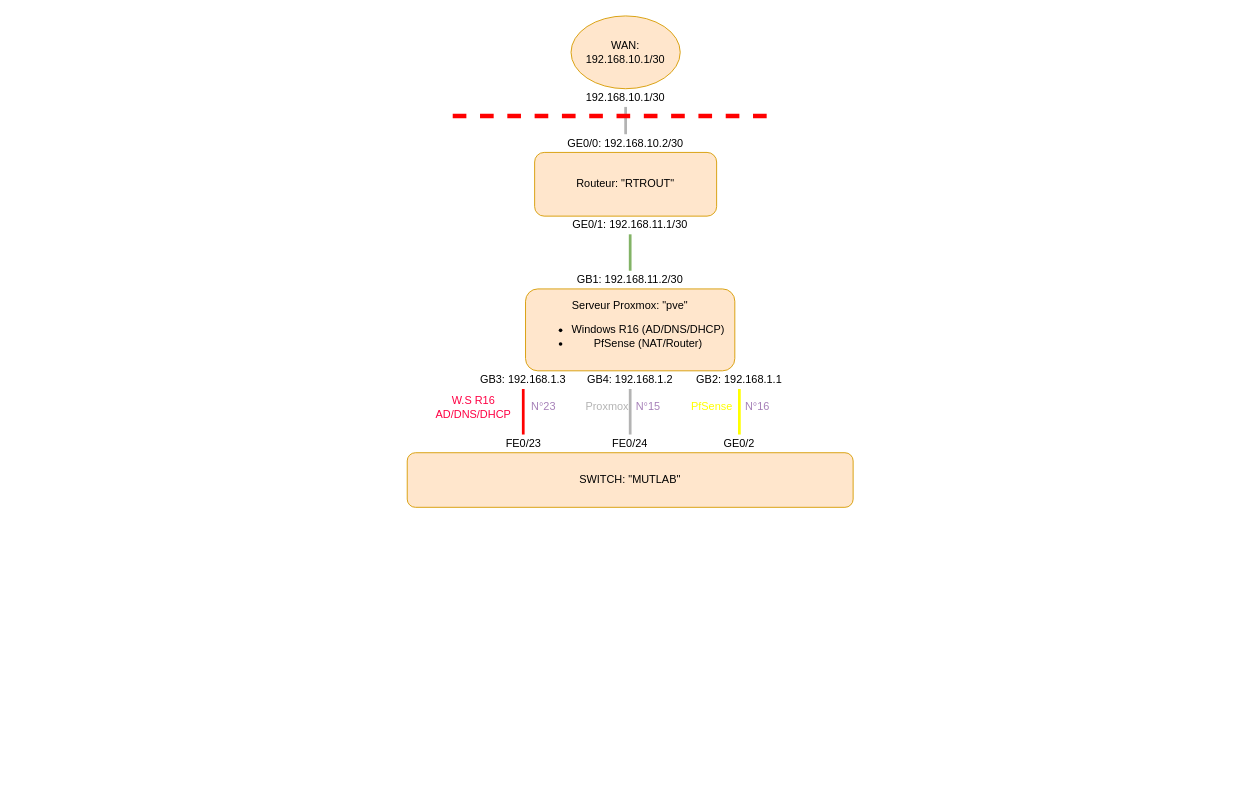
Earlier version of the draw.io diagram GSB_TopologiePhysique.drawio (Hugo-prod/GSB_Topology). Source tidied: cells renumbered, new cells numbered last; positions are measured from the earlier drawing's top-left corner, leaving out a move shared by most shapes. Both pictures are drawn from the tidied source at 91%, with x=0, y=0 at pixel (407, 15).
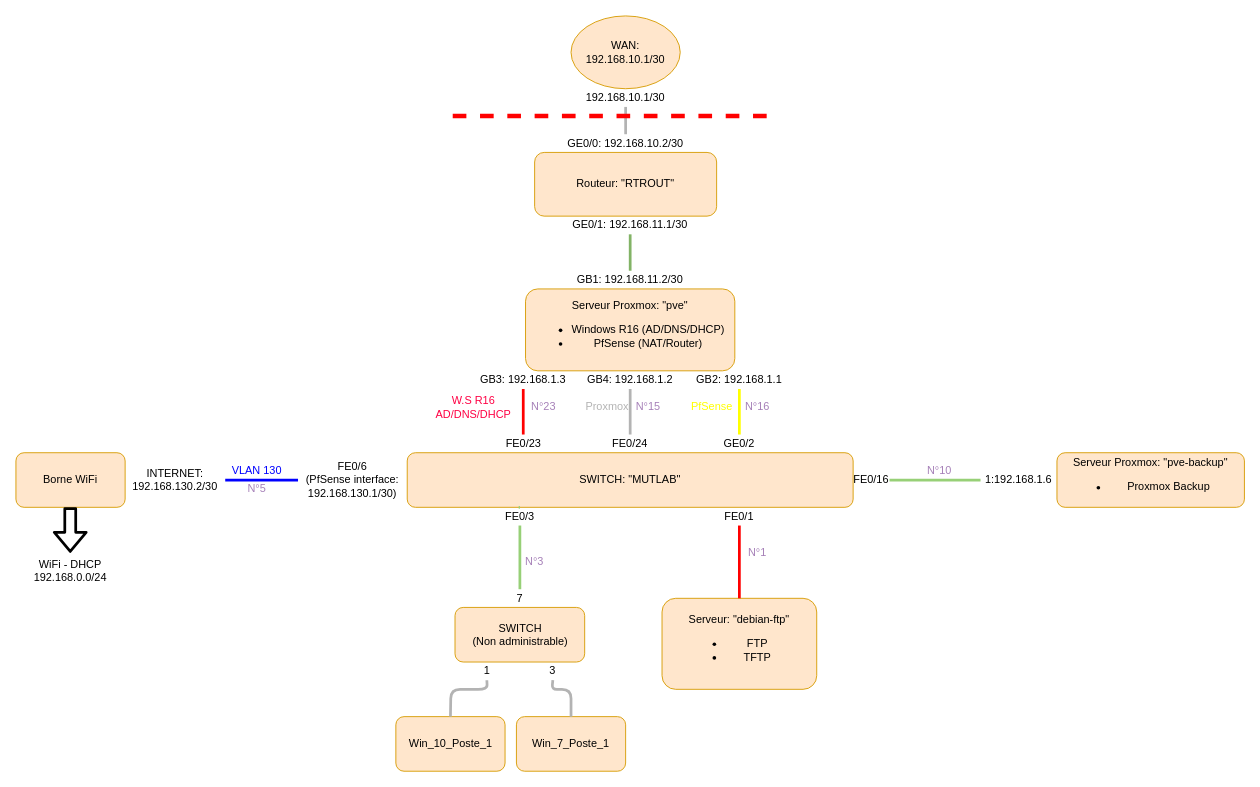
Above is the later version.

The change refers to these unchanged cells:
```xml
<mxCell id="16" value="SWITCH: &quot;MUTLAB&quot;" style="rounded=1;whiteSpace=wrap;html=1;fillColor=#ffe6cc;strokeColor=#d79b00;" parent="1" vertex="1">
  <mxGeometry y="480" width="490" height="60" as="geometry" />
</mxCell>
```

The edit, as a diff of the source:
```diff
@@
+    <mxCell id="33" value="Borne WiFi" style="rounded=1;whiteSpace=wrap;html=1;labelBackgroundColor=none;strokeColor=#d79b00;fillColor=#ffe6cc;" parent="1" vertex="1">
+      <mxGeometry x="-430" y="480" width="120" height="60" as="geometry" />
+    </mxCell>
+    <mxCell id="34" style="endArrow=none;html=1;strokeWidth=3;fontColor=#FFFF00;exitX=1;exitY=0.5;exitDx=0;exitDy=0;entryX=0;entryY=0.5;entryDx=0;entryDy=0;strokeColor=#0000FF;" parent="1" edge="1" source="35" target="16">
+      <mxGeometry relative="1" as="geometry" />
+    </mxCell>
+    <mxCell id="35" value="&lt;div&gt;FE0/6&lt;/div&gt;&lt;div&gt;(PfSense interface: 192.168.130.1/30)&lt;br&gt;&lt;/div&gt;" style="text;html=1;strokeColor=none;fillColor=none;align=center;verticalAlign=middle;whiteSpace=wrap;rounded=0;labelBackgroundColor=none;" parent="1" vertex="1">
+      <mxGeometry x="-120" y="500" width="120" height="20" as="geometry" />
+    </mxCell>
+    <mxCell id="36" style="endArrow=none;html=1;strokeWidth=3;fontColor=#FFFF00;exitX=1;exitY=0.5;exitDx=0;exitDy=0;entryX=0;entryY=0.5;entryDx=0;entryDy=0;strokeColor=#0000FF;" parent="1" edge="1" source="37" target="35">
+      <mxGeometry relative="1" as="geometry" />
+    </mxCell>
+    <mxCell id="37" value="INTERNET: 192.168.130.2/30" style="text;html=1;strokeColor=none;fillColor=none;align=center;verticalAlign=middle;whiteSpace=wrap;rounded=0;labelBackgroundColor=none;fontColor=#000000;" parent="1" vertex="1">
+      <mxGeometry x="-310" y="500" width="110" height="20" as="geometry" />
+    </mxCell>
+    <mxCell id="38" style="endArrow=none;html=1;strokeWidth=3;fontColor=#FFFF00;exitX=1;exitY=0.5;exitDx=0;exitDy=0;entryX=0;entryY=0.5;entryDx=0;entryDy=0;strokeColor=#0000FF;" parent="1" edge="1" source="33" target="37">
+      <mxGeometry relative="1" as="geometry" />
+    </mxCell>
+    <mxCell id="39" value="VLAN 130" style="text;html=1;strokeColor=none;fillColor=none;align=center;verticalAlign=middle;whiteSpace=wrap;rounded=0;labelBackgroundColor=none;fontColor=#0000FF;" parent="1" vertex="1">
+      <mxGeometry x="-200" y="490" width="70" height="20" as="geometry" />
+    </mxCell>
+    <mxCell id="40" style="shape=flexArrow;endArrow=classic;html=1;strokeWidth=3;fontColor=#00000A;" parent="1" edge="1">
+      <mxGeometry relative="1" as="geometry">
+        <mxPoint x="-370.3" y="540" as="sourcePoint" />
+        <mxPoint x="-370.3" y="590" as="targetPoint" />
+      </mxGeometry>
+    </mxCell>
+    <mxCell id="41" value="WiFi - DHCP&lt;br&gt;192.168.0.0/24" style="text;html=1;strokeColor=none;fillColor=none;align=center;verticalAlign=middle;whiteSpace=wrap;rounded=0;labelBackgroundColor=none;" parent="1" vertex="1">
+      <mxGeometry x="-415" y="600" width="90" height="20" as="geometry" />
+    </mxCell>
+    <mxCell id="42" value="&lt;div&gt;Serveur Proxmox: &quot;pve-backup&quot;&lt;/div&gt;&lt;div&gt;&lt;ul&gt;&lt;li&gt;Proxmox Backup&lt;br&gt;&lt;/li&gt;&lt;/ul&gt;&lt;/div&gt;" style="rounded=1;whiteSpace=wrap;html=1;labelBackgroundColor=none;strokeColor=#d79b00;fillColor=#ffe6cc;" parent="1" vertex="1">
+      <mxGeometry x="714" y="480" width="206" height="60" as="geometry" />
+    </mxCell>
+    <mxCell id="43" style="endArrow=none;html=1;strokeWidth=3;fontColor=#000000;entryX=0;entryY=0.5;entryDx=0;entryDy=0;exitX=1;exitY=0.5;exitDx=0;exitDy=0;strokeColor=#97D077;" parent="1" edge="1" source="46" target="42">
+      <mxGeometry relative="1" as="geometry" />
+    </mxCell>
+    <mxCell id="44" value="FE0/16" style="text;html=1;strokeColor=none;fillColor=none;align=center;verticalAlign=middle;whiteSpace=wrap;rounded=0;labelBackgroundColor=none;fontColor=#000000;" parent="1" vertex="1">
+      <mxGeometry x="490" y="500" width="40" height="20" as="geometry" />
+    </mxCell>
+    <mxCell id="45" style="endArrow=none;html=1;strokeWidth=3;fontColor=#000000;entryX=0;entryY=0.5;entryDx=0;entryDy=0;exitX=1;exitY=0.5;exitDx=0;exitDy=0;strokeColor=#97D077;" parent="1" edge="1" source="16" target="44">
+      <mxGeometry relative="1" as="geometry" />
+    </mxCell>
+    <mxCell id="46" value="1:192.168.1.6" style="text;html=1;strokeColor=none;fillColor=none;align=center;verticalAlign=middle;whiteSpace=wrap;rounded=0;labelBackgroundColor=none;fontColor=#000000;" parent="1" vertex="1">
+      <mxGeometry x="630" y="500" width="84" height="20" as="geometry" />
+    </mxCell>
+    <mxCell id="47" style="endArrow=none;html=1;strokeWidth=3;fontColor=#000000;entryX=0;entryY=0.5;entryDx=0;entryDy=0;exitX=1;exitY=0.5;exitDx=0;exitDy=0;strokeColor=#97D077;" parent="1" edge="1" source="44" target="46">
+      <mxGeometry relative="1" as="geometry" />
+    </mxCell>
+    <mxCell id="48" value="N°10" style="text;html=1;strokeColor=none;fillColor=none;align=center;verticalAlign=middle;whiteSpace=wrap;rounded=0;labelBackgroundColor=none;fontColor=#A680B8;" parent="1" vertex="1">
+      <mxGeometry x="570" y="490" width="30" height="20" as="geometry" />
+    </mxCell>
+    <mxCell id="49" value="N°5" style="text;html=1;strokeColor=none;fillColor=none;align=center;verticalAlign=middle;whiteSpace=wrap;rounded=0;labelBackgroundColor=none;fontColor=#A680B8;" parent="1" vertex="1">
+      <mxGeometry x="-180" y="510" width="30" height="20" as="geometry" />
+    </mxCell>
+    <mxCell id="50" value="&lt;div&gt;SWITCH &lt;br&gt;&lt;/div&gt;&lt;div&gt;(Non administrable)&lt;/div&gt;" style="rounded=1;whiteSpace=wrap;html=1;labelBackgroundColor=none;strokeColor=#d79b00;fillColor=#ffe6cc;" parent="1" vertex="1">
+      <mxGeometry x="52.5" y="650" width="142.5" height="60" as="geometry" />
+    </mxCell>
+    <mxCell id="51" style="endArrow=none;html=1;strokeColor=#97D077;strokeWidth=3;fontColor=#000000;entryX=0.25;entryY=1;entryDx=0;entryDy=0;exitX=0.5;exitY=0;exitDx=0;exitDy=0;" parent="1" edge="1" source="52" target="16">
+      <mxGeometry relative="1" as="geometry" />
+    </mxCell>
+    <mxCell id="52" value="FE0/3" style="text;html=1;strokeColor=none;fillColor=none;align=center;verticalAlign=middle;whiteSpace=wrap;rounded=0;labelBackgroundColor=none;fontColor=#000000;" parent="1" vertex="1">
+      <mxGeometry x="103.8" y="540" width="40" height="20" as="geometry" />
+    </mxCell>
+    <mxCell id="53" style="endArrow=none;html=1;strokeColor=#97D077;strokeWidth=3;fontColor=#000000;entryX=0.5;entryY=1;entryDx=0;entryDy=0;exitX=0.5;exitY=0;exitDx=0;exitDy=0;" parent="1" edge="1" source="55" target="52">
+      <mxGeometry relative="1" as="geometry" />
+    </mxCell>
+    <mxCell id="54" value="N°3" style="text;html=1;strokeColor=none;fillColor=none;align=center;verticalAlign=middle;whiteSpace=wrap;rounded=0;labelBackgroundColor=none;fontColor=#A680B8;" parent="1" vertex="1">
+      <mxGeometry x="120" y="590" width="40" height="20" as="geometry" />
+    </mxCell>
+    <mxCell id="55" value="7" style="text;html=1;strokeColor=none;fillColor=none;align=center;verticalAlign=middle;whiteSpace=wrap;rounded=0;labelBackgroundColor=none;fontColor=#000000;" parent="1" vertex="1">
+      <mxGeometry x="103.8" y="630" width="40" height="20" as="geometry" />
+    </mxCell>
+    <mxCell id="56" style="endArrow=none;html=1;strokeColor=#97D077;strokeWidth=3;fontColor=#000000;entryX=0.5;entryY=1;entryDx=0;entryDy=0;exitX=0.5;exitY=0;exitDx=0;exitDy=0;" parent="1" edge="1" source="50" target="55">
+      <mxGeometry relative="1" as="geometry" />
+    </mxCell>
+    <mxCell id="57" value="Win_10_Poste_1" style="rounded=1;whiteSpace=wrap;html=1;labelBackgroundColor=none;strokeColor=#d79b00;fillColor=#ffe6cc;" parent="1" vertex="1">
+      <mxGeometry x="-12.5" y="770" width="120" height="60" as="geometry" />
+    </mxCell>
+    <mxCell id="58" value="Win_7_Poste_1" style="rounded=1;whiteSpace=wrap;html=1;labelBackgroundColor=none;strokeColor=#d79b00;fillColor=#ffe6cc;" parent="1" vertex="1">
+      <mxGeometry x="120" y="770" width="120" height="60" as="geometry" />
+    </mxCell>
+    <mxCell id="59" style="endArrow=none;html=1;strokeColor=#B3B3B3;strokeWidth=3;fontColor=#000000;entryX=0.75;entryY=1;entryDx=0;entryDy=0;exitX=0.5;exitY=0;exitDx=0;exitDy=0;" parent="1" edge="1" source="61" target="50">
+      <mxGeometry relative="1" as="geometry" />
+    </mxCell>
+    <mxCell id="60" style="endArrow=none;html=1;strokeColor=#B3B3B3;strokeWidth=3;fontColor=#000000;exitX=0.5;exitY=1;exitDx=0;exitDy=0;entryX=0.5;entryY=0;entryDx=0;entryDy=0;" parent="1" edge="1" source="63" target="57">
+      <mxGeometry relative="1" as="geometry">
+        <Array as="points">
+          <mxPoint x="88" y="740" />
+          <mxPoint x="48" y="740" />
+        </Array>
+      </mxGeometry>
+    </mxCell>
+    <mxCell id="61" value="3" style="text;html=1;strokeColor=none;fillColor=none;align=center;verticalAlign=middle;whiteSpace=wrap;rounded=0;labelBackgroundColor=none;fontColor=#000000;" parent="1" vertex="1">
+      <mxGeometry x="140" y="710" width="40" height="20" as="geometry" />
+    </mxCell>
+    <mxCell id="62" style="endArrow=none;html=1;strokeColor=#B3B3B3;strokeWidth=3;fontColor=#000000;exitX=0.5;exitY=0;exitDx=0;exitDy=0;entryX=0.5;entryY=1;entryDx=0;entryDy=0;" parent="1" edge="1" source="58" target="61">
+      <mxGeometry relative="1" as="geometry">
+        <Array as="points">
+          <mxPoint x="180" y="740" />
+          <mxPoint x="159" y="740" />
+        </Array>
+      </mxGeometry>
+    </mxCell>
+    <mxCell id="63" value="1" style="text;html=1;strokeColor=none;fillColor=none;align=center;verticalAlign=middle;whiteSpace=wrap;rounded=0;labelBackgroundColor=none;fontColor=#000000;" parent="1" vertex="1">
+      <mxGeometry x="67.5" y="710" width="40" height="20" as="geometry" />
+    </mxCell>
+    <mxCell id="64" style="endArrow=none;html=1;strokeColor=#B3B3B3;strokeWidth=3;fontColor=#000000;exitX=0.25;exitY=1;exitDx=0;exitDy=0;entryX=0.5;entryY=0;entryDx=0;entryDy=0;" parent="1" edge="1" source="50" target="63">
+      <mxGeometry relative="1" as="geometry" />
+    </mxCell>
+    <mxCell id="65" value="&lt;div&gt;Serveur: &quot;debian-ftp&quot;&lt;/div&gt;&lt;div&gt;&lt;ul&gt;&lt;li&gt;FTP&lt;/li&gt;&lt;li&gt;TFTP&lt;br&gt;&lt;/li&gt;&lt;/ul&gt;&lt;/div&gt;" style="rounded=1;whiteSpace=wrap;html=1;labelBackgroundColor=none;strokeColor=#d79b00;fillColor=#ffe6cc;" parent="1" vertex="1">
+      <mxGeometry x="280" y="640" width="170" height="100" as="geometry" />
+    </mxCell>
+    <mxCell id="66" value="FE0/1" style="text;html=1;strokeColor=none;fillColor=none;align=center;verticalAlign=middle;whiteSpace=wrap;rounded=0;labelBackgroundColor=none;fontColor=#000000;" parent="1" vertex="1">
+      <mxGeometry x="345" y="540" width="40" height="20" as="geometry" />
+    </mxCell>
+    <mxCell id="67" style="endArrow=none;html=1;strokeWidth=3;fontColor=#000000;entryX=0.5;entryY=1;entryDx=0;entryDy=0;strokeColor=#FF0000;exitX=0.5;exitY=0;exitDx=0;exitDy=0;" parent="1" edge="1" source="65" target="66">
+      <mxGeometry relative="1" as="geometry" />
+    </mxCell>
+    <mxCell id="68" value="N°1" style="text;html=1;strokeColor=none;fillColor=none;align=center;verticalAlign=middle;whiteSpace=wrap;rounded=0;labelBackgroundColor=none;fontColor=#A680B8;" parent="1" vertex="1">
+      <mxGeometry x="370" y="580" width="30" height="20" as="geometry" />
+    </mxCell>
```
